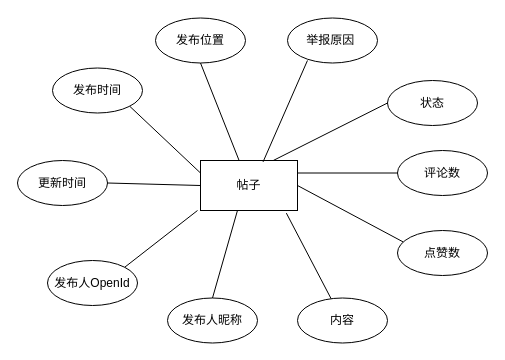
This is 帖子实体图.drawio from geoffrey-h/code, a draw.io file, before an edit. Source tidied: cells renumbered, new cells numbered last; positions are measured from the earlier drawing's top-left corner, leaving out a move shared by most shapes. Both pictures are drawn from the tidied source at 100%, with x=0, y=0 at pixel (17, 18).
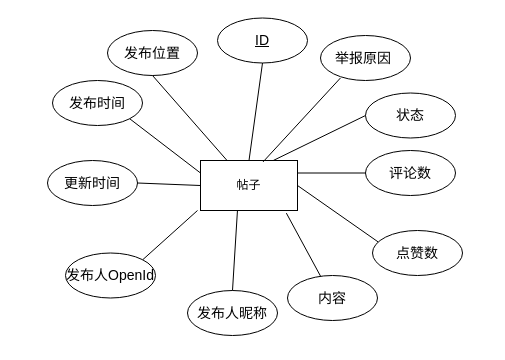
The same page after the edit.

Commit message:
更新帖子实体图.drawio

The change refers to these unchanged cells:
```xml
<mxCell id="3" value="帖子" style="rounded=0;whiteSpace=wrap;html=1;" parent="1" vertex="1">
  <mxGeometry x="183" y="142" width="97" height="50" as="geometry" />
</mxCell>
```

Change to the diagram source:
```diff
@@
-    <mxCell id="2" value="发布时间" style="ellipse;whiteSpace=wrap;html=1;" parent="1" vertex="1">
-      <mxGeometry x="35" y="49.5" width="90" height="45" as="geometry" />
+    <mxCell id="2" value="&lt;font style=&quot;font-size: 14px&quot;&gt;发布时间&lt;/font&gt;" style="ellipse;whiteSpace=wrap;html=1;" parent="1" vertex="1">
+      <mxGeometry x="35" y="62" width="90" height="45" as="geometry" />
     </mxCell>
@@
-    <mxCell id="4" value="更新时间" style="ellipse;whiteSpace=wrap;html=1;" parent="1" vertex="1">
-      <mxGeometry y="142" width="90" height="45" as="geometry" />
+    <mxCell id="4" value="&lt;font style=&quot;font-size: 14px&quot;&gt;更新时间&lt;/font&gt;" style="ellipse;whiteSpace=wrap;html=1;" parent="1" vertex="1">
+      <mxGeometry x="30" y="142" width="90" height="45" as="geometry" />
     </mxCell>
-    <mxCell id="5" value="发布人OpenId" style="ellipse;whiteSpace=wrap;html=1;" parent="1" vertex="1">
-      <mxGeometry x="30" y="242" width="90" height="45" as="geometry" />
+    <mxCell id="5" value="&lt;font style=&quot;font-size: 14px&quot;&gt;发布人OpenId&lt;/font&gt;" style="ellipse;whiteSpace=wrap;html=1;" parent="1" vertex="1">
+      <mxGeometry x="48" y="234.5" width="90" height="45" as="geometry" />
     </mxCell>
-    <mxCell id="6" value="发布人昵称" style="ellipse;whiteSpace=wrap;html=1;" parent="1" vertex="1">
-      <mxGeometry x="150" y="279.5" width="90" height="45" as="geometry" />
+    <mxCell id="6" value="&lt;font style=&quot;font-size: 14px&quot;&gt;发布人昵称&lt;/font&gt;" style="ellipse;whiteSpace=wrap;html=1;" parent="1" vertex="1">
+      <mxGeometry x="170" y="272" width="90" height="45" as="geometry" />
     </mxCell>
-    <mxCell id="7" value="内容" style="ellipse;whiteSpace=wrap;html=1;" parent="1" vertex="1">
-      <mxGeometry x="280" y="279.5" width="90" height="45" as="geometry" />
+    <mxCell id="7" value="&lt;font style=&quot;font-size: 14px&quot;&gt;内容&lt;/font&gt;" style="ellipse;whiteSpace=wrap;html=1;" parent="1" vertex="1">
+      <mxGeometry x="270" y="257" width="90" height="45" as="geometry" />
     </mxCell>
-    <mxCell id="8" value="点赞数" style="ellipse;whiteSpace=wrap;html=1;" parent="1" vertex="1">
-      <mxGeometry x="380" y="212" width="90" height="45" as="geometry" />
+    <mxCell id="8" value="&lt;font style=&quot;font-size: 14px&quot;&gt;点赞数&lt;/font&gt;" style="ellipse;whiteSpace=wrap;html=1;" parent="1" vertex="1">
+      <mxGeometry x="355" y="212" width="90" height="45" as="geometry" />
     </mxCell>
-    <mxCell id="9" value="评论数" style="ellipse;whiteSpace=wrap;html=1;" parent="1" vertex="1">
-      <mxGeometry x="380" y="132" width="90" height="45" as="geometry" />
+    <mxCell id="9" value="&lt;font style=&quot;font-size: 14px&quot;&gt;评论数&lt;/font&gt;" style="ellipse;whiteSpace=wrap;html=1;" parent="1" vertex="1">
+      <mxGeometry x="348" y="132" width="90" height="45" as="geometry" />
     </mxCell>
-    <mxCell id="10" value="状态" style="ellipse;whiteSpace=wrap;html=1;" parent="1" vertex="1">
-      <mxGeometry x="370" y="62" width="90" height="45" as="geometry" />
+    <mxCell id="10" value="&lt;font style=&quot;font-size: 14px&quot;&gt;状态&lt;/font&gt;" style="ellipse;whiteSpace=wrap;html=1;" parent="1" vertex="1">
+      <mxGeometry x="348" y="74.5" width="90" height="45" as="geometry" />
     </mxCell>
-    <mxCell id="11" value="举报原因&amp;nbsp;" style="ellipse;whiteSpace=wrap;html=1;" parent="1" vertex="1">
-      <mxGeometry x="270" y="-0.5" width="90" height="45" as="geometry" />
+    <mxCell id="11" value="&lt;font style=&quot;font-size: 14px&quot;&gt;举报原因&amp;nbsp;&lt;/font&gt;" style="ellipse;whiteSpace=wrap;html=1;" parent="1" vertex="1">
+      <mxGeometry x="303" y="17" width="90" height="45" as="geometry" />
     </mxCell>
-    <mxCell id="12" value="发布位置" style="ellipse;whiteSpace=wrap;html=1;" parent="1" vertex="1">
-      <mxGeometry x="138" y="-0.5" width="90" height="45" as="geometry" />
+    <mxCell id="12" value="&lt;font style=&quot;font-size: 14px&quot;&gt;发布位置&lt;/font&gt;" style="ellipse;whiteSpace=wrap;html=1;" parent="1" vertex="1">
+      <mxGeometry x="90" y="12" width="90" height="45" as="geometry" />
     </mxCell>
@@
+    <mxCell id="23" value="&lt;font style=&quot;font-size: 14px&quot;&gt;&lt;u&gt;ID&lt;/u&gt;&lt;/font&gt;" style="ellipse;whiteSpace=wrap;html=1;" parent="1" vertex="1">
+      <mxGeometry x="200" y="-0.5" width="90" height="45" as="geometry" />
+    </mxCell>
+    <mxCell id="24" style="endArrow=none;html=1;entryX=0.5;entryY=1;entryDx=0;entryDy=0;exitX=0.5;exitY=0;exitDx=0;exitDy=0;" parent="1" edge="1" source="3" target="23">
+      <mxGeometry relative="1" as="geometry" />
+    </mxCell>
```
